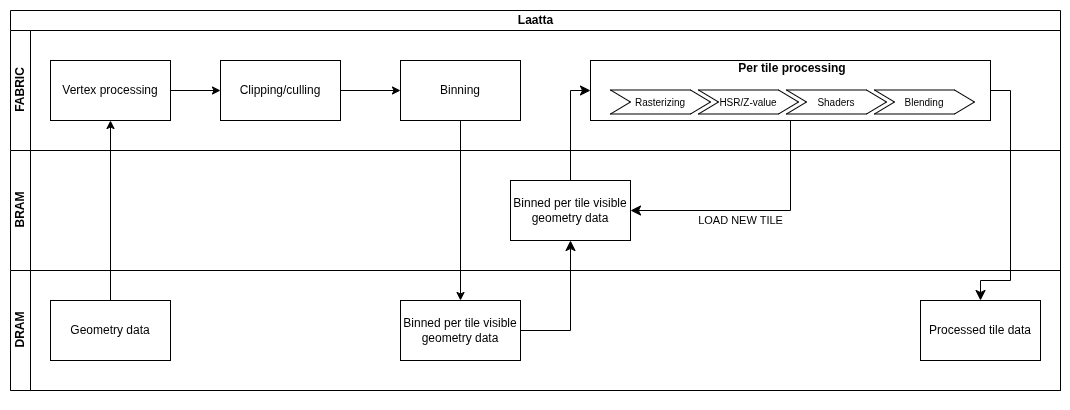
Above: docs/architecture.png in JesseOinonen/laatta (draw.io), before the change. Source tidied: cells renumbered, new cells last; positions are measured from the earlier drawing's top-left corner, leaving out a move shared by most shapes.
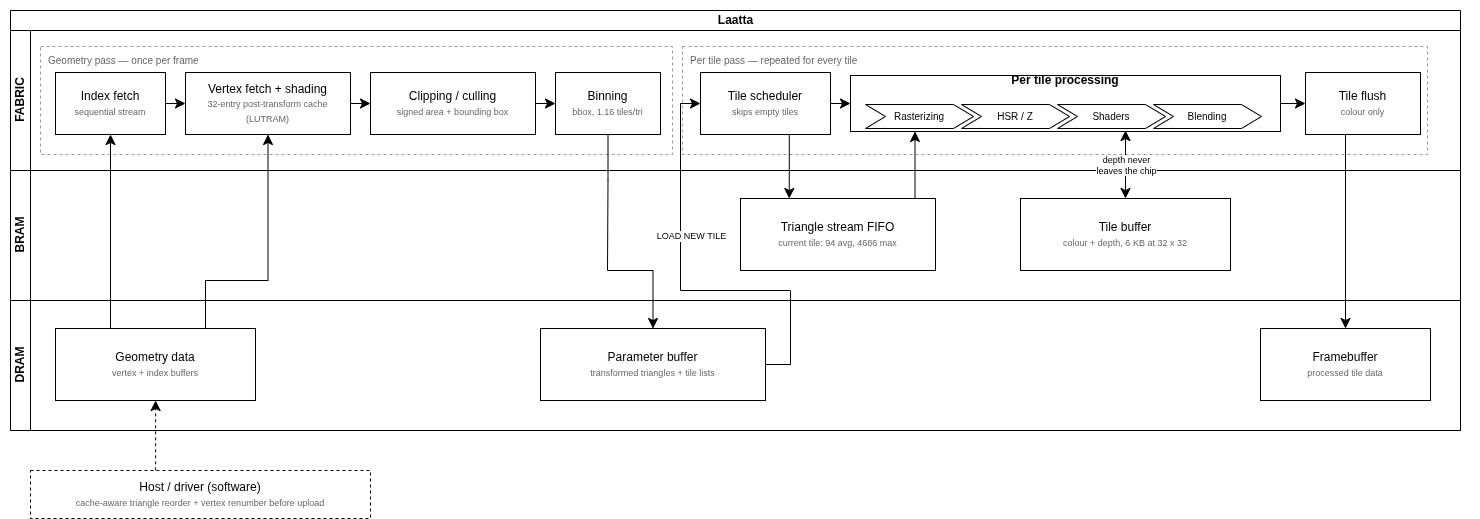
After the change.

Diff of the diagram source:
```diff
@@ -2,102 +2,150 @@
   <root>
     <mxCell id="0" />
     <mxCell id="1" parent="0" />
-    <mxCell id="2" style="rounded=0;whiteSpace=wrap;html=1;strokeColor=none;" parent="1" vertex="1">
-      <mxGeometry width="1070" height="410" as="geometry" />
-    </mxCell>
+    <mxCell id="29" style="rounded=0;whiteSpace=wrap;html=1;strokeColor=none;" parent="1" vertex="1">
+      <mxGeometry width="1480" height="450" as="geometry" />
+    </mxCell>
     <mxCell id="3" value="Laatta" style="swimlane;horizontal=1;startSize=20;html=1;" parent="1" vertex="1">
-      <mxGeometry x="10" y="10" width="1050" height="380" as="geometry" />
+      <mxGeometry x="10" y="10" width="1450" height="420" as="geometry" />
     </mxCell>
     <mxCell id="4" value="FABRIC" style="swimlane;startSize=20;horizontal=0;html=1;" parent="3" vertex="1">
-      <mxGeometry y="20" width="1050" height="120" as="geometry" />
+      <mxGeometry y="20" width="1450" height="140" as="geometry" />
     </mxCell>
-    <mxCell id="5" style="rounded=0;whiteSpace=wrap;html=1;" parent="4" vertex="1">
-      <mxGeometry x="580" y="30" width="400" height="60" as="geometry" />
-    </mxCell>
-    <mxCell id="6" style="edgeStyle=none;html=1;" parent="4" edge="1" source="7" target="9">
-      <mxGeometry relative="1" as="geometry" />
-    </mxCell>
-    <mxCell id="7" value="Vertex processing" style="rounded=0;whiteSpace=wrap;html=1;" parent="4" vertex="1">
-      <mxGeometry x="40" y="30" width="120" height="60" as="geometry" />
-    </mxCell>
-    <mxCell id="8" style="edgeStyle=none;html=1;entryX=0;entryY=0.5;entryDx=0;entryDy=0;" parent="4" edge="1" source="9" target="10">
-      <mxGeometry relative="1" as="geometry" />
-    </mxCell>
-    <mxCell id="9" value="Clipping/culling" style="whiteSpace=wrap;html=1;rounded=0;" parent="4" vertex="1">
-      <mxGeometry x="210" y="30" width="120" height="60" as="geometry" />
-    </mxCell>
-    <mxCell id="10" value="Binning" style="whiteSpace=wrap;html=1;rounded=0;" parent="4" vertex="1">
-      <mxGeometry x="390" y="30" width="120" height="60" as="geometry" />
-    </mxCell>
+    <mxCell id="30" value="Geometry pass — once per frame" style="rounded=0;whiteSpace=wrap;html=1;dashed=1;fillColor=none;strokeColor=#999999;verticalAlign=top;align=left;spacingLeft=6;spacingTop=2;fontSize=10;fontColor=#666666;" parent="4" vertex="1">
+      <mxGeometry x="30" y="16" width="632" height="108" as="geometry" />
+    </mxCell>
+    <mxCell id="31" value="Per tile pass — repeated for every tile" style="rounded=0;whiteSpace=wrap;html=1;dashed=1;fillColor=none;strokeColor=#999999;verticalAlign=top;align=left;spacingLeft=6;spacingTop=2;fontSize=10;fontColor=#666666;" parent="4" vertex="1">
+      <mxGeometry x="672" y="16" width="745" height="108" as="geometry" />
+    </mxCell>
+    <mxCell id="32" value="Index fetch&lt;br&gt;&lt;font style=&quot;font-size: 9px;color: #666666;&quot;&gt;sequential stream&lt;/font&gt;" style="rounded=0;whiteSpace=wrap;html=1;" parent="4" vertex="1">
+      <mxGeometry x="45" y="42" width="110" height="62" as="geometry" />
+    </mxCell>
+    <mxCell id="33" value="Vertex fetch + shading&lt;br&gt;&lt;font style=&quot;font-size: 9px;color: #666666;&quot;&gt;32-entry post-transform cache (LUTRAM)&lt;/font&gt;" style="rounded=0;whiteSpace=wrap;html=1;" parent="4" vertex="1">
+      <mxGeometry x="175" y="42" width="165" height="62" as="geometry" />
+    </mxCell>
+    <mxCell id="34" value="Clipping / culling&lt;br&gt;&lt;font style=&quot;font-size: 9px;color: #666666;&quot;&gt;signed area + bounding box&lt;/font&gt;" style="rounded=0;whiteSpace=wrap;html=1;" parent="4" vertex="1">
+      <mxGeometry x="360" y="42" width="165" height="62" as="geometry" />
+    </mxCell>
+    <mxCell id="35" value="Binning&lt;br&gt;&lt;font style=&quot;font-size: 9px;color: #666666;&quot;&gt;bbox, 1.16 tiles/tri&lt;/font&gt;" style="rounded=0;whiteSpace=wrap;html=1;" parent="4" vertex="1">
+      <mxGeometry x="545" y="42" width="105" height="62" as="geometry" />
+    </mxCell>
+    <mxCell id="36" value="Tile scheduler&lt;br&gt;&lt;font style=&quot;font-size: 9px;color: #666666;&quot;&gt;skips empty tiles&lt;/font&gt;" style="rounded=0;whiteSpace=wrap;html=1;" parent="4" vertex="1">
+      <mxGeometry x="690" y="42" width="130" height="62" as="geometry" />
+    </mxCell>
+    <mxCell id="37" style="rounded=0;whiteSpace=wrap;html=1;" parent="4" vertex="1">
+      <mxGeometry x="840" y="45" width="430" height="56" as="geometry" />
+    </mxCell>
     <mxCell id="11" value="Per tile processing" style="swimlane;horizontal=1;fillColor=none;strokeColor=none;stackBorder=10;align=center;whiteSpace=wrap;html=1;" parent="4" vertex="1">
-      <mxGeometry x="590" y="26.5" width="384" height="67" as="geometry" />
+      <mxGeometry x="845" y="38" width="420" height="70" as="geometry" />
     </mxCell>
     <mxCell id="12" value="&lt;font style=&quot;font-size: 10px;&quot;&gt;Rasterizing&lt;/font&gt;" style="shape=step;perimeter=stepPerimeter;fixedSize=1;whiteSpace=wrap;html=1;" parent="11" vertex="1">
-      <mxGeometry x="10" y="33" width="100" height="24" as="geometry" />
+      <mxGeometry x="10" y="36" width="108" height="24" as="geometry" />
     </mxCell>
-    <mxCell id="13" value="&lt;font style=&quot;font-size: 10px;&quot;&gt;HSR/Z-value&lt;/font&gt;" style="shape=step;perimeter=stepPerimeter;fixedSize=1;whiteSpace=wrap;html=1;" parent="11" vertex="1">
-      <mxGeometry x="98" y="33" width="100" height="24" as="geometry" />
-    </mxCell>
+    <mxCell id="38" value="&lt;font style=&quot;font-size: 10px;&quot;&gt;HSR / Z&lt;/font&gt;" style="shape=step;perimeter=stepPerimeter;fixedSize=1;whiteSpace=wrap;html=1;" parent="11" vertex="1">
+      <mxGeometry x="106" y="36" width="108" height="24" as="geometry" />
+    </mxCell>
     <mxCell id="14" value="&lt;font style=&quot;font-size: 10px;&quot;&gt;Shaders&lt;/font&gt;" style="shape=step;perimeter=stepPerimeter;fixedSize=1;whiteSpace=wrap;html=1;" parent="11" vertex="1">
-      <mxGeometry x="186" y="33" width="100" height="24" as="geometry" />
+      <mxGeometry x="202" y="36" width="108" height="24" as="geometry" />
     </mxCell>
     <mxCell id="15" value="&lt;font style=&quot;font-size: 10px;&quot;&gt;Blending&lt;/font&gt;" style="shape=step;perimeter=stepPerimeter;fixedSize=1;whiteSpace=wrap;html=1;" parent="11" vertex="1">
-      <mxGeometry x="274" y="33" width="100" height="24" as="geometry" />
+      <mxGeometry x="298" y="36" width="108" height="24" as="geometry" />
     </mxCell>
+    <mxCell id="39" value="Tile flush&lt;br&gt;&lt;font style=&quot;font-size: 9px;color: #666666;&quot;&gt;colour only&lt;/font&gt;" style="rounded=0;whiteSpace=wrap;html=1;" parent="4" vertex="1">
+      <mxGeometry x="1295" y="42" width="115" height="62" as="geometry" />
+    </mxCell>
+    <mxCell id="40" style="edgeStyle=none;html=1;endArrow=classic;endSize=8;" parent="4" edge="1" source="32" target="33">
+      <mxGeometry relative="1" as="geometry" />
+    </mxCell>
+    <mxCell id="41" style="edgeStyle=none;html=1;endArrow=classic;endSize=8;" parent="4" edge="1" source="33" target="34">
+      <mxGeometry relative="1" as="geometry" />
+    </mxCell>
+    <mxCell id="42" style="edgeStyle=none;html=1;endArrow=classic;endSize=8;" parent="4" edge="1" source="34" target="35">
+      <mxGeometry relative="1" as="geometry" />
+    </mxCell>
+    <mxCell id="43" style="edgeStyle=none;html=1;endArrow=classic;endSize=8;" parent="4" edge="1" source="36" target="37">
+      <mxGeometry relative="1" as="geometry" />
+    </mxCell>
+    <mxCell id="44" style="edgeStyle=none;html=1;endArrow=classic;endSize=8;" parent="4" edge="1" source="37" target="39">
+      <mxGeometry relative="1" as="geometry" />
+    </mxCell>
-    <mxCell id="16" value="BRAM" style="swimlane;startSize=20;horizontal=0;html=1;fillStyle=auto;fillColor=default;" parent="3" vertex="1">
-      <mxGeometry y="140" width="1050" height="120" as="geometry" />
+    <mxCell id="16" value="BRAM" style="swimlane;startSize=20;horizontal=0;html=1;" parent="3" vertex="1">
+      <mxGeometry y="160" width="1450" height="130" as="geometry" />
     </mxCell>
-    <mxCell id="17" value="&lt;span style=&quot;color: rgb(0, 0, 0);&quot;&gt;Binned per tile visible geometry data&lt;/span&gt;" style="whiteSpace=wrap;html=1;rounded=0;" parent="16" vertex="1">
-      <mxGeometry x="500" y="30" width="120" height="60" as="geometry" />
-    </mxCell>
-    <mxCell id="18" style="edgeStyle=none;html=1;entryX=0.5;entryY=1;entryDx=0;entryDy=0;" parent="3" edge="1" source="23" target="7">
-      <mxGeometry relative="1" as="geometry" />
-    </mxCell>
-    <mxCell id="19" style="edgeStyle=none;html=1;" parent="3" edge="1" source="10" target="24">
-      <mxGeometry relative="1" as="geometry" />
-    </mxCell>
-    <mxCell id="20" style="edgeStyle=segmentEdgeStyle;endArrow=classic;html=1;curved=0;rounded=0;endSize=8;startSize=8;exitX=1;exitY=0.5;exitDx=0;exitDy=0;entryX=0.5;entryY=1;entryDx=0;entryDy=0;" parent="3" edge="1" source="24" target="17">
-      <mxGeometry relative="1" as="geometry" />
-    </mxCell>
-    <mxCell id="21" style="edgeStyle=segmentEdgeStyle;endArrow=classic;html=1;curved=0;rounded=0;endSize=8;startSize=8;exitX=0.5;exitY=0;exitDx=0;exitDy=0;entryX=0;entryY=0.5;entryDx=0;entryDy=0;" parent="3" edge="1" source="17" target="5">
-      <mxGeometry relative="1" as="geometry">
-        <Array as="points">
-          <mxPoint x="560" y="80" />
-        </Array>
-      </mxGeometry>
-    </mxCell>
+    <mxCell id="45" value="Triangle stream FIFO&lt;br&gt;&lt;font style=&quot;font-size: 9px;color: #666666;&quot;&gt;current tile: 94 avg, 4686 max&lt;/font&gt;" style="rounded=0;whiteSpace=wrap;html=1;" parent="16" vertex="1">
+      <mxGeometry x="730" y="28" width="195" height="72" as="geometry" />
+    </mxCell>
+    <mxCell id="46" value="Tile buffer&lt;br&gt;&lt;font style=&quot;font-size: 9px;color: #666666;&quot;&gt;colour + depth, 6 KB at 32 x 32&lt;/font&gt;" style="rounded=0;whiteSpace=wrap;html=1;" parent="16" vertex="1">
+      <mxGeometry x="1010" y="28" width="210" height="72" as="geometry" />
+    </mxCell>
     <mxCell id="22" value="DRAM" style="swimlane;startSize=20;horizontal=0;html=1;" parent="3" vertex="1">
-      <mxGeometry y="260" width="1050" height="120" as="geometry" />
+      <mxGeometry y="290" width="1450" height="130" as="geometry" />
     </mxCell>
-    <mxCell id="23" value="Geometry data" style="rounded=0;whiteSpace=wrap;html=1;" parent="22" vertex="1">
-      <mxGeometry x="40" y="30" width="120" height="60" as="geometry" />
-    </mxCell>
-    <mxCell id="24" value="Binned per tile visible geometry data" style="whiteSpace=wrap;html=1;rounded=0;" parent="22" vertex="1">
-      <mxGeometry x="390" y="30" width="120" height="60" as="geometry" />
-    </mxCell>
-    <mxCell id="25" value="Processed tile data" style="whiteSpace=wrap;html=1;rounded=0;" parent="22" vertex="1">
-      <mxGeometry x="910" y="30" width="120" height="60" as="geometry" />
-    </mxCell>
-    <mxCell id="26" style="edgeStyle=segmentEdgeStyle;endArrow=classic;html=1;curved=0;rounded=0;endSize=8;startSize=8;exitX=1;exitY=0.5;exitDx=0;exitDy=0;entryX=0.5;entryY=0;entryDx=0;entryDy=0;" parent="3" edge="1" source="5" target="25">
-      <mxGeometry relative="1" as="geometry">
-        <Array as="points">
-          <mxPoint x="1000" y="80" />
-          <mxPoint x="1000" y="270" />
-          <mxPoint x="970" y="270" />
-        </Array>
-      </mxGeometry>
-    </mxCell>
-    <mxCell id="27" style="edgeStyle=segmentEdgeStyle;endArrow=classic;html=1;curved=0;rounded=0;endSize=8;startSize=8;exitX=0.5;exitY=1;exitDx=0;exitDy=0;entryX=1;entryY=0.5;entryDx=0;entryDy=0;" parent="3" edge="1" source="5" target="17">
-      <mxGeometry relative="1" as="geometry">
-        <Array as="points">
-          <mxPoint x="780" y="200" />
-        </Array>
-      </mxGeometry>
-    </mxCell>
+    <mxCell id="47" value="Geometry data&lt;br&gt;&lt;font style=&quot;font-size: 9px;color: #666666;&quot;&gt;vertex + index buffers&lt;/font&gt;" style="rounded=0;whiteSpace=wrap;html=1;" parent="22" vertex="1">
+      <mxGeometry x="45" y="28" width="200" height="72" as="geometry" />
+    </mxCell>
+    <mxCell id="48" value="Parameter buffer&lt;br&gt;&lt;font style=&quot;font-size: 9px;color: #666666;&quot;&gt;transformed triangles + tile lists&lt;/font&gt;" style="rounded=0;whiteSpace=wrap;html=1;" parent="22" vertex="1">
+      <mxGeometry x="530" y="28" width="225" height="72" as="geometry" />
+    </mxCell>
+    <mxCell id="49" value="Framebuffer&lt;br&gt;&lt;font style=&quot;font-size: 9px;color: #666666;&quot;&gt;processed tile data&lt;/font&gt;" style="rounded=0;whiteSpace=wrap;html=1;" parent="22" vertex="1">
+      <mxGeometry x="1250" y="28" width="170" height="72" as="geometry" />
+    </mxCell>
+    <mxCell id="50" style="edgeStyle=segmentEdgeStyle;endArrow=classic;html=1;curved=0;rounded=0;endSize=8;startSize=8;exitX=0.25;exitY=0;exitDx=0;exitDy=0;entryX=0.5;entryY=1;entryDx=0;entryDy=0;" parent="3" edge="1" source="47" target="32">
+      <mxGeometry relative="1" as="geometry" />
+    </mxCell>
+    <mxCell id="51" style="edgeStyle=segmentEdgeStyle;endArrow=classic;html=1;curved=0;rounded=0;endSize=8;startSize=8;exitX=0.75;exitY=0;exitDx=0;exitDy=0;entryX=0.5;entryY=1;entryDx=0;entryDy=0;" parent="3" edge="1" source="47" target="33">
+      <mxGeometry relative="1" as="geometry">
+        <Array as="points">
+          <mxPoint x="195" y="270" />
+          <mxPoint x="257" y="270" />
+        </Array>
+      </mxGeometry>
+    </mxCell>
+    <mxCell id="52" style="edgeStyle=segmentEdgeStyle;endArrow=classic;html=1;curved=0;rounded=0;endSize=8;startSize=8;exitX=0.5;exitY=1;exitDx=0;exitDy=0;entryX=0.5;entryY=0;entryDx=0;entryDy=0;" parent="3" edge="1" source="35" target="48">
+      <mxGeometry relative="1" as="geometry">
+        <Array as="points">
+          <mxPoint x="597" y="170" />
+          <mxPoint x="597" y="260" />
+          <mxPoint x="643" y="260" />
+        </Array>
+      </mxGeometry>
+    </mxCell>
+    <mxCell id="53" style="edgeStyle=segmentEdgeStyle;endArrow=classic;html=1;curved=0;rounded=0;endSize=8;startSize=8;exitX=1;exitY=0.5;exitDx=0;exitDy=0;entryX=0;entryY=0.5;entryDx=0;entryDy=0;" parent="3" edge="1" source="48" target="36">
+      <mxGeometry relative="1" as="geometry">
+        <Array as="points">
+          <mxPoint x="780" y="354" />
+          <mxPoint x="780" y="280" />
+          <mxPoint x="670" y="280" />
+          <mxPoint x="670" y="93" />
+        </Array>
+      </mxGeometry>
+    </mxCell>
-    <mxCell id="28" value="LOAD NEW TILE" style="edgeLabel;html=1;align=center;verticalAlign=middle;" parent="27" vertex="1">
-      <mxGeometry x="-0.04" y="-1" relative="1" as="geometry">
-        <mxPoint x="-21" y="11" as="offset" />
+    <mxCell id="28" value="LOAD NEW TILE" style="edgeLabel;html=1;align=center;verticalAlign=middle;fontSize=9;" parent="53" vertex="1">
+      <mxGeometry relative="1" as="geometry">
+        <mxPoint x="9" y="-55" as="offset" />
       </mxGeometry>
     </mxCell>
+    <mxCell id="54" style="edgeStyle=segmentEdgeStyle;endArrow=classic;html=1;curved=0;rounded=0;endSize=8;startSize=8;exitX=0.75;exitY=1;exitDx=0;exitDy=0;entryX=0.25;entryY=0;entryDx=0;entryDy=0;" parent="3" edge="1" source="36" target="45">
+      <mxGeometry relative="1" as="geometry" />
+    </mxCell>
+    <mxCell id="55" style="edgeStyle=segmentEdgeStyle;endArrow=classic;html=1;curved=0;rounded=0;endSize=8;startSize=8;exitX=0.75;exitY=0;exitDx=0;exitDy=0;entryX=0.15;entryY=1;entryDx=0;entryDy=0;" parent="3" edge="1" source="45" target="37">
+      <mxGeometry relative="1" as="geometry" />
+    </mxCell>
+    <mxCell id="56" style="edgeStyle=segmentEdgeStyle;endArrow=classic;html=1;curved=0;rounded=0;endSize=8;startSize=8;startArrow=classic;startFill=1;entryX=0.5;entryY=0;entryDx=0;entryDy=0;" parent="3" edge="1" target="46">
+      <mxGeometry relative="1" as="geometry">
+        <mxPoint x="1115" y="120" as="sourcePoint" />
+      </mxGeometry>
+    </mxCell>
+    <mxCell id="57" value="depth never&lt;br&gt;leaves the chip" style="edgeLabel;html=1;align=center;verticalAlign=middle;fontSize=9;" parent="56" vertex="1">
+      <mxGeometry relative="1" as="geometry" />
+    </mxCell>
+    <mxCell id="58" style="edgeStyle=segmentEdgeStyle;endArrow=classic;html=1;curved=0;rounded=0;endSize=8;startSize=8;exitX=0.5;exitY=1;exitDx=0;exitDy=0;entryX=0.5;entryY=0;entryDx=0;entryDy=0;" parent="3" edge="1" source="39" target="49">
+      <mxGeometry relative="1" as="geometry" />
+    </mxCell>
+    <mxCell id="59" value="Host / driver (software)&lt;br&gt;&lt;font style=&quot;font-size: 9px;color: #666666;&quot;&gt;cache-aware triangle reorder + vertex renumber before upload&lt;/font&gt;" style="rounded=0;whiteSpace=wrap;html=1;dashed=1;" parent="1" vertex="1">
+      <mxGeometry x="30" y="470" width="340" height="48" as="geometry" />
+    </mxCell>
+    <mxCell id="60" style="edgeStyle=segmentEdgeStyle;endArrow=classic;html=1;curved=0;rounded=0;endSize=8;startSize=8;dashed=1;exitX=0.368;exitY=-0.004;exitDx=0;exitDy=0;exitPerimeter=0;" parent="1" edge="1" source="59" target="47">
+      <mxGeometry relative="1" as="geometry" />
+    </mxCell>
   </root>
 </mxGraphModel>
```
